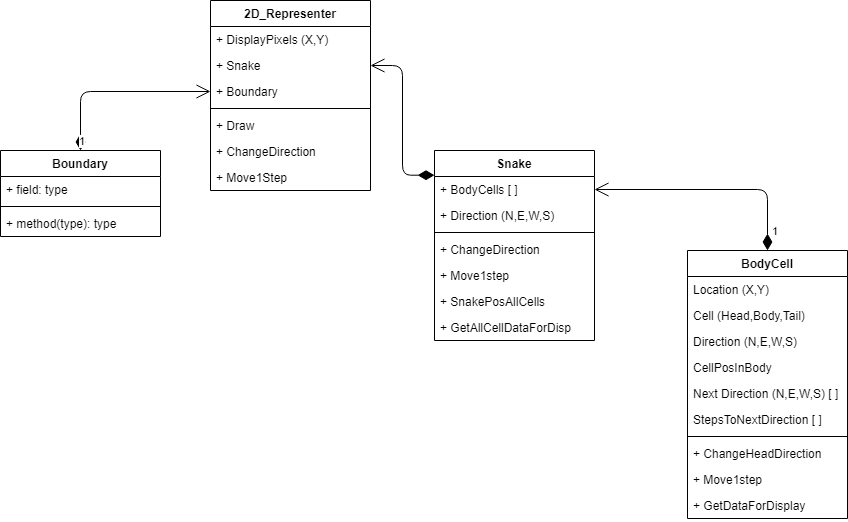
This is Docs/Snake Game in LabVIEW.png from digiajay/SnakeGameInLabVIEW, a draw.io export, as it was before one commit. Source tidied: cells renumbered, new cells last; positions are measured from the earlier drawing's top-left corner, leaving out a move shared by most shapes.
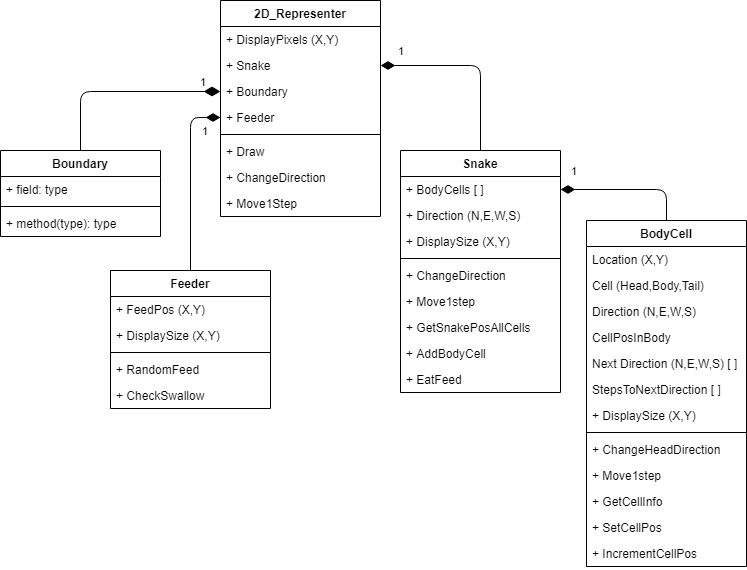
After the commit.

Commit message:
Updated class diagram.  Added feeder class.  Updated Snake & BodyCell class methods & parameters.

The edit, as a diff of the source:
```diff
@@ -2,11 +2,20 @@
   <root>
     <mxCell id="0" />
     <mxCell id="1" parent="0" />
-    <mxCell id="2" value="1" style="endArrow=open;html=1;endSize=12;startArrow=diamondThin;startSize=14;startFill=1;edgeStyle=orthogonalEdgeStyle;align=left;verticalAlign=bottom;exitX=0;exitY=0.13;exitDx=0;exitDy=0;exitPerimeter=0;entryX=1;entryY=0.5;entryDx=0;entryDy=0;" parent="1" edge="1" source="11" target="5">
-      <mxGeometry x="-1" y="3" relative="1" as="geometry" />
+    <mxCell id="2" value="1" style="endArrow=diamondThin;html=1;endSize=12;startArrow=none;startSize=14;startFill=0;edgeStyle=orthogonalEdgeStyle;align=left;verticalAlign=bottom;entryX=1;entryY=0.5;entryDx=0;entryDy=0;endFill=1;" parent="1" edge="1" source="11" target="5">
+      <mxGeometry x="0.83" y="-5" relative="1" as="geometry" />
     </mxCell>
+    <mxCell id="30" value="1" style="endArrow=diamondThin;html=1;endSize=12;startArrow=none;startSize=14;startFill=0;edgeStyle=orthogonalEdgeStyle;align=left;verticalAlign=bottom;endFill=1;" parent="1" edge="1" source="19" target="12">
+      <mxGeometry x="0.86" y="-9" relative="1" as="geometry" />
+    </mxCell>
+    <mxCell id="35" value="1" style="endArrow=none;html=1;endSize=12;startArrow=diamondThin;startSize=14;startFill=1;edgeStyle=orthogonalEdgeStyle;align=left;verticalAlign=bottom;exitX=0;exitY=0.5;exitDx=0;exitDy=0;endFill=0;" parent="1" edge="1" source="6" target="31">
+      <mxGeometry x="-0.78" relative="1" as="geometry" />
+    </mxCell>
+    <mxCell id="36" value="1" style="endArrow=diamondThin;html=1;endSize=12;startArrow=none;startSize=14;startFill=0;edgeStyle=orthogonalEdgeStyle;align=left;verticalAlign=bottom;exitX=0.5;exitY=0;exitDx=0;exitDy=0;entryX=0;entryY=0.5;entryDx=0;entryDy=0;endFill=1;" parent="1" edge="1" source="38" target="37">
+      <mxGeometry x="0.42" y="-10" relative="1" as="geometry" />
+    </mxCell>
     <mxCell id="3" value="2D_Representer" style="swimlane;fontStyle=1;align=center;verticalAlign=top;horizontal=1;startSize=26;" parent="1" vertex="1">
-      <mxGeometry x="210" width="160" height="190" as="geometry" />
+      <mxGeometry x="281" y="-250" width="160" height="216" as="geometry" />
     </mxCell>
     <mxCell id="4" value="+ DisplayPixels (X,Y)" style="text;strokeColor=none;fillColor=none;align=left;verticalAlign=top;spacingLeft=4;spacingRight=4;overflow=hidden;" parent="3" vertex="1">
       <mxGeometry y="26" width="160" height="26" as="geometry" />
@@ -17,20 +26,53 @@
     <mxCell id="6" value="+ Boundary" style="text;strokeColor=none;fillColor=none;align=left;verticalAlign=top;spacingLeft=4;spacingRight=4;overflow=hidden;points=[[0,0.5],[1,0.5]];portConstraint=eastwest;" parent="3" vertex="1">
       <mxGeometry y="78" width="160" height="26" as="geometry" />
     </mxCell>
+    <mxCell id="37" value="+ Feeder" style="text;strokeColor=none;fillColor=none;align=left;verticalAlign=top;spacingLeft=4;spacingRight=4;overflow=hidden;points=[[0,0.5],[1,0.5]];portConstraint=eastwest;" parent="3" vertex="1">
+      <mxGeometry y="104" width="160" height="26" as="geometry" />
+    </mxCell>
     <mxCell id="7" style="line;strokeWidth=1;fillColor=none;align=left;verticalAlign=middle;spacingTop=-1;spacingLeft=3;spacingRight=3;labelPosition=right;" parent="3" vertex="1">
-      <mxGeometry y="104" width="160" height="8" as="geometry" />
+      <mxGeometry y="130" width="160" height="8" as="geometry" />
     </mxCell>
     <mxCell id="8" value="+ Draw" style="text;strokeColor=none;fillColor=none;align=left;verticalAlign=top;spacingLeft=4;spacingRight=4;overflow=hidden;" parent="3" vertex="1">
-      <mxGeometry y="112" width="160" height="26" as="geometry" />
+      <mxGeometry y="138" width="160" height="26" as="geometry" />
     </mxCell>
     <mxCell id="9" value="+ ChangeDirection" style="text;strokeColor=none;fillColor=none;align=left;verticalAlign=top;spacingLeft=4;spacingRight=4;overflow=hidden;" parent="3" vertex="1">
-      <mxGeometry y="138" width="160" height="26" as="geometry" />
+      <mxGeometry y="164" width="160" height="26" as="geometry" />
     </mxCell>
     <mxCell id="10" value="+ Move1Step" style="text;strokeColor=none;fillColor=none;align=left;verticalAlign=top;spacingLeft=4;spacingRight=4;overflow=hidden;" parent="3" vertex="1">
-      <mxGeometry y="164" width="160" height="26" as="geometry" />
+      <mxGeometry y="190" width="160" height="26" as="geometry" />
     </mxCell>
+    <mxCell id="38" value="Feeder" style="swimlane;fontStyle=1;align=center;verticalAlign=top;horizontal=1;startSize=26;" parent="1" vertex="1">
+      <mxGeometry x="171" y="20" width="160" height="138" as="geometry" />
+    </mxCell>
+    <mxCell id="39" value="+ FeedPos (X,Y)" style="text;strokeColor=none;fillColor=none;align=left;verticalAlign=top;spacingLeft=4;spacingRight=4;overflow=hidden;" parent="38" vertex="1">
+      <mxGeometry y="26" width="160" height="26" as="geometry" />
+    </mxCell>
+    <mxCell id="40" value="+ DisplaySize (X,Y)" style="text;strokeColor=none;fillColor=none;align=left;verticalAlign=top;spacingLeft=4;spacingRight=4;overflow=hidden;" parent="38" vertex="1">
+      <mxGeometry y="52" width="160" height="26" as="geometry" />
+    </mxCell>
+    <mxCell id="41" style="line;strokeWidth=1;fillColor=none;align=left;verticalAlign=middle;spacingTop=-1;spacingLeft=3;spacingRight=3;labelPosition=right;" parent="38" vertex="1">
+      <mxGeometry y="78" width="160" height="8" as="geometry" />
+    </mxCell>
+    <mxCell id="42" value="+ RandomFeed" style="text;strokeColor=none;fillColor=none;align=left;verticalAlign=top;spacingLeft=4;spacingRight=4;overflow=hidden;" parent="38" vertex="1">
+      <mxGeometry y="86" width="160" height="26" as="geometry" />
+    </mxCell>
+    <mxCell id="43" value="+ CheckSwallow" style="text;strokeColor=none;fillColor=none;align=left;verticalAlign=top;spacingLeft=4;spacingRight=4;overflow=hidden;" parent="38" vertex="1">
+      <mxGeometry y="112" width="160" height="26" as="geometry" />
+    </mxCell>
+    <mxCell id="31" value="Boundary" style="swimlane;fontStyle=1;align=center;verticalAlign=top;horizontal=1;startSize=26;" parent="1" vertex="1">
+      <mxGeometry x="61" y="-100" width="160" height="86" as="geometry" />
+    </mxCell>
+    <mxCell id="32" value="+ field: type" style="text;strokeColor=none;fillColor=none;align=left;verticalAlign=top;spacingLeft=4;spacingRight=4;overflow=hidden;" parent="31" vertex="1">
+      <mxGeometry y="26" width="160" height="26" as="geometry" />
+    </mxCell>
+    <mxCell id="33" style="line;strokeWidth=1;fillColor=none;align=left;verticalAlign=middle;spacingTop=-1;spacingLeft=3;spacingRight=3;labelPosition=right;" parent="31" vertex="1">
+      <mxGeometry y="52" width="160" height="8" as="geometry" />
+    </mxCell>
+    <mxCell id="34" value="+ method(type): type" style="text;strokeColor=none;fillColor=none;align=left;verticalAlign=top;spacingLeft=4;spacingRight=4;overflow=hidden;" parent="31" vertex="1">
+      <mxGeometry y="60" width="160" height="26" as="geometry" />
+    </mxCell>
     <mxCell id="11" value="Snake" style="swimlane;fontStyle=1;align=center;verticalAlign=top;horizontal=1;startSize=26;" parent="1" vertex="1">
-      <mxGeometry x="434" y="150" width="160" height="190" as="geometry" />
+      <mxGeometry x="461" y="-100" width="160" height="242" as="geometry" />
     </mxCell>
     <mxCell id="12" value="+ BodyCells [ ]" style="text;strokeColor=none;fillColor=none;align=left;verticalAlign=top;spacingLeft=4;spacingRight=4;overflow=hidden;points=[[0,0.5],[1,0.5]];portConstraint=eastwest;" parent="11" vertex="1">
       <mxGeometry y="26" width="160" height="26" as="geometry" />
@@ -38,23 +80,29 @@
     <mxCell id="13" value="+ Direction (N,E,W,S)" style="text;strokeColor=none;fillColor=none;align=left;verticalAlign=top;spacingLeft=4;spacingRight=4;overflow=hidden;" parent="11" vertex="1">
       <mxGeometry y="52" width="160" height="26" as="geometry" />
     </mxCell>
+    <mxCell id="44" value="+ DisplaySize (X,Y)" style="text;strokeColor=none;fillColor=none;align=left;verticalAlign=top;spacingLeft=4;spacingRight=4;overflow=hidden;" parent="11" vertex="1">
+      <mxGeometry y="78" width="160" height="26" as="geometry" />
+    </mxCell>
     <mxCell id="14" style="line;strokeWidth=1;fillColor=none;align=left;verticalAlign=middle;spacingTop=-1;spacingLeft=3;spacingRight=3;labelPosition=right;" parent="11" vertex="1">
-      <mxGeometry y="78" width="160" height="8" as="geometry" />
+      <mxGeometry y="104" width="160" height="8" as="geometry" />
     </mxCell>
     <mxCell id="15" value="+ ChangeDirection" style="text;strokeColor=none;fillColor=none;align=left;verticalAlign=top;spacingLeft=4;spacingRight=4;overflow=hidden;" parent="11" vertex="1">
-      <mxGeometry y="86" width="160" height="26" as="geometry" />
+      <mxGeometry y="112" width="160" height="26" as="geometry" />
     </mxCell>
     <mxCell id="16" value="+ Move1step" style="text;strokeColor=none;fillColor=none;align=left;verticalAlign=top;spacingLeft=4;spacingRight=4;overflow=hidden;" parent="11" vertex="1">
-      <mxGeometry y="112" width="160" height="26" as="geometry" />
+      <mxGeometry y="138" width="160" height="26" as="geometry" />
     </mxCell>
-    <mxCell id="17" value="+ SnakePosAllCells" style="text;strokeColor=none;fillColor=none;align=left;verticalAlign=top;spacingLeft=4;spacingRight=4;overflow=hidden;" parent="11" vertex="1">
-      <mxGeometry y="138" width="160" height="26" as="geometry" />
+    <mxCell id="17" value="+ GetSnakePosAllCells" style="text;strokeColor=none;fillColor=none;align=left;verticalAlign=top;spacingLeft=4;spacingRight=4;overflow=hidden;" parent="11" vertex="1">
+      <mxGeometry y="164" width="160" height="26" as="geometry" />
     </mxCell>
-    <mxCell id="18" value="+ GetAllCellDataForDisp" style="text;strokeColor=none;fillColor=none;align=left;verticalAlign=top;spacingLeft=4;spacingRight=4;overflow=hidden;" parent="11" vertex="1">
-      <mxGeometry y="164" width="160" height="26" as="geometry" />
-    </mxCell>
+    <mxCell id="45" value="+ AddBodyCell" style="text;strokeColor=none;fillColor=none;align=left;verticalAlign=top;spacingLeft=4;spacingRight=4;overflow=hidden;" parent="11" vertex="1">
+      <mxGeometry y="190" width="160" height="26" as="geometry" />
+    </mxCell>
+    <mxCell id="46" value="+ EatFeed" style="text;strokeColor=none;fillColor=none;align=left;verticalAlign=top;spacingLeft=4;spacingRight=4;overflow=hidden;" parent="11" vertex="1">
+      <mxGeometry y="216" width="160" height="26" as="geometry" />
+    </mxCell>
     <mxCell id="19" value="BodyCell" style="swimlane;fontStyle=1;align=center;verticalAlign=top;horizontal=1;startSize=26;rounded=0;shadow=0;strokeWidth=1;" parent="1" vertex="1">
-      <mxGeometry x="687" y="250" width="160" height="268" as="geometry" />
+      <mxGeometry x="647" y="-30" width="160" height="346" as="geometry" />
     </mxCell>
     <mxCell id="20" value="Location (X,Y)" style="text;align=left;verticalAlign=top;spacingLeft=4;spacingRight=4;overflow=hidden;" parent="19" vertex="1">
       <mxGeometry y="26" width="160" height="26" as="geometry" />
@@ -74,35 +122,26 @@
     <mxCell id="25" value="StepsToNextDirection [ ]" style="text;align=left;verticalAlign=top;spacingLeft=4;spacingRight=4;overflow=hidden;" parent="19" vertex="1">
       <mxGeometry y="156" width="160" height="26" as="geometry" />
     </mxCell>
+    <mxCell id="47" value="+ DisplaySize (X,Y)" style="text;strokeColor=none;fillColor=none;align=left;verticalAlign=top;spacingLeft=4;spacingRight=4;overflow=hidden;" parent="19" vertex="1">
+      <mxGeometry y="182" width="160" height="26" as="geometry" />
+    </mxCell>
     <mxCell id="26" style="line;html=1;strokeWidth=1;align=left;verticalAlign=middle;spacingTop=-1;spacingLeft=3;spacingRight=3;labelPosition=right;" parent="19" vertex="1">
-      <mxGeometry y="182" width="160" height="8" as="geometry" />
+      <mxGeometry y="208" width="160" height="8" as="geometry" />
     </mxCell>
     <mxCell id="27" value="+ ChangeHeadDirection" style="text;align=left;verticalAlign=top;spacingLeft=4;spacingRight=4;overflow=hidden;" parent="19" vertex="1">
-      <mxGeometry y="190" width="160" height="26" as="geometry" />
+      <mxGeometry y="216" width="160" height="26" as="geometry" />
     </mxCell>
     <mxCell id="28" value="+ Move1step" style="text;align=left;verticalAlign=top;spacingLeft=4;spacingRight=4;overflow=hidden;" parent="19" vertex="1">
-      <mxGeometry y="216" width="160" height="26" as="geometry" />
+      <mxGeometry y="242" width="160" height="26" as="geometry" />
     </mxCell>
-    <mxCell id="29" value="+ GetDataForDisplay" style="text;align=left;verticalAlign=top;spacingLeft=4;spacingRight=4;overflow=hidden;" parent="19" vertex="1">
-      <mxGeometry y="242" width="160" height="26" as="geometry" />
+    <mxCell id="29" value="+ GetCellInfo" style="text;align=left;verticalAlign=top;spacingLeft=4;spacingRight=4;overflow=hidden;" parent="19" vertex="1">
+      <mxGeometry y="268" width="160" height="26" as="geometry" />
     </mxCell>
-    <mxCell id="30" value="1" style="endArrow=open;html=1;endSize=12;startArrow=diamondThin;startSize=14;startFill=1;edgeStyle=orthogonalEdgeStyle;align=left;verticalAlign=bottom;" parent="1" edge="1" source="19" target="12">
-      <mxGeometry x="-0.91" y="-3" relative="1" as="geometry" />
-    </mxCell>
-    <mxCell id="31" value="Boundary" style="swimlane;fontStyle=1;align=center;verticalAlign=top;horizontal=1;startSize=26;" parent="1" vertex="1">
-      <mxGeometry y="150" width="160" height="86" as="geometry" />
-    </mxCell>
-    <mxCell id="32" value="+ field: type" style="text;strokeColor=none;fillColor=none;align=left;verticalAlign=top;spacingLeft=4;spacingRight=4;overflow=hidden;" parent="31" vertex="1">
-      <mxGeometry y="26" width="160" height="26" as="geometry" />
-    </mxCell>
-    <mxCell id="33" style="line;strokeWidth=1;fillColor=none;align=left;verticalAlign=middle;spacingTop=-1;spacingLeft=3;spacingRight=3;labelPosition=right;" parent="31" vertex="1">
-      <mxGeometry y="52" width="160" height="8" as="geometry" />
-    </mxCell>
-    <mxCell id="34" value="+ method(type): type" style="text;strokeColor=none;fillColor=none;align=left;verticalAlign=top;spacingLeft=4;spacingRight=4;overflow=hidden;" parent="31" vertex="1">
-      <mxGeometry y="60" width="160" height="26" as="geometry" />
-    </mxCell>
-    <mxCell id="35" value="1" style="endArrow=open;html=1;endSize=12;startArrow=diamondThin;startSize=14;startFill=1;edgeStyle=orthogonalEdgeStyle;align=left;verticalAlign=bottom;exitX=0.5;exitY=0;exitDx=0;exitDy=0;entryX=0;entryY=0.5;entryDx=0;entryDy=0;" parent="1" edge="1" source="31" target="6">
-      <mxGeometry x="-1" y="3" relative="1" as="geometry" />
-    </mxCell>
+    <mxCell id="48" value="+ SetCellPos" style="text;align=left;verticalAlign=top;spacingLeft=4;spacingRight=4;overflow=hidden;" parent="19" vertex="1">
+      <mxGeometry y="294" width="160" height="26" as="geometry" />
+    </mxCell>
+    <mxCell id="49" value="+ IncrementCellPos" style="text;align=left;verticalAlign=top;spacingLeft=4;spacingRight=4;overflow=hidden;" parent="19" vertex="1">
+      <mxGeometry y="320" width="160" height="26" as="geometry" />
+    </mxCell>
   </root>
 </mxGraphModel>
```
